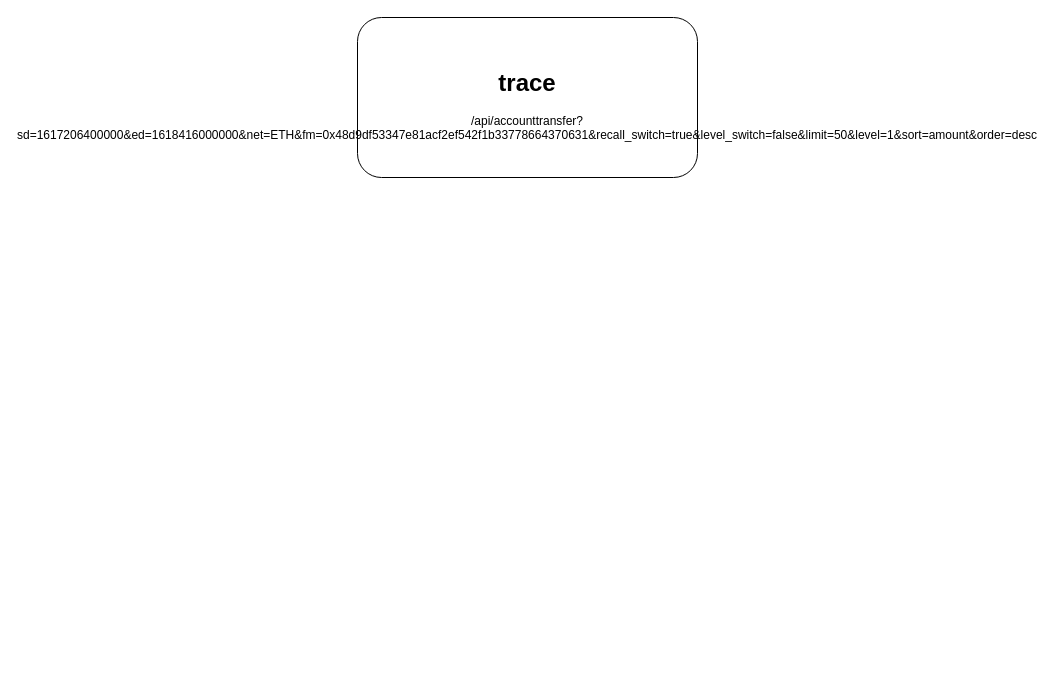
cxinping/bigdata keeps this draw.io diagram as bigdata-study/Untitled Diagram.drawio. Above is the earlier version. Source tidied: cells renumbered, new cells numbered last; positions are measured from the earlier drawing's top-left corner, leaving out a move shared by most shapes. Both pictures are drawn from the tidied source at 100%, with x=0, y=0 at pixel (357, 17).
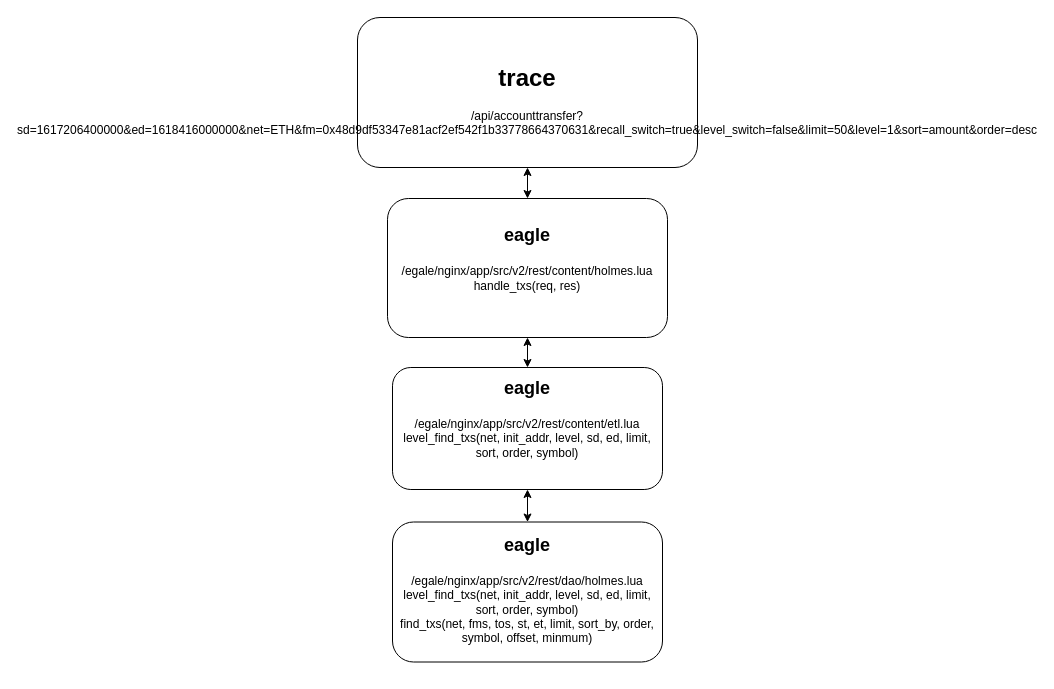
Above is the later version.

The edit, as a diff of the source:
```diff
@@
 <mxGraphModel>
   <root>
     <mxCell id="0" />
     <mxCell id="1" parent="0" />
     <mxCell id="2" value="&lt;h1&gt;&lt;font style=&quot;font-size: 24px&quot;&gt;&lt;b&gt;&lt;font style=&quot;font-size: 24px&quot;&gt;trace&lt;/font&gt;&lt;/b&gt;&lt;/font&gt;&lt;/h1&gt;/api/accounttransfer?sd=1617206400000&amp;amp;ed=1618416000000&amp;amp;net=ETH&amp;amp;fm=0x48d9df53347e81acf2ef542f1b33778664370631&amp;amp;recall_switch=true&amp;amp;level_switch=false&amp;amp;limit=50&amp;amp;level=1&amp;amp;sort=amount&amp;amp;order=desc" style="rounded=1;whiteSpace=wrap;html=1;" parent="1" vertex="1">
-      <mxGeometry width="340" height="160" as="geometry" />
+      <mxGeometry width="340" height="150" as="geometry" />
     </mxCell>
+    <mxCell id="3" value="&lt;h1&gt;&lt;font style=&quot;font-size: 18px&quot;&gt;eagle&lt;/font&gt;&lt;/h1&gt;&lt;p&gt;/egale/nginx/app/src/v2/rest/content/holmes.lua&lt;br&gt;handle_txs(req, res)&lt;br&gt;&lt;br&gt;&lt;br&gt;&lt;/p&gt;" style="rounded=1;whiteSpace=wrap;html=1;" parent="1" vertex="1">
+      <mxGeometry x="30" y="181" width="280" height="139" as="geometry" />
+    </mxCell>
+    <mxCell id="4" value="&lt;h1&gt;&lt;font style=&quot;font-size: 18px&quot;&gt;eagle&lt;/font&gt;&lt;/h1&gt;&lt;p&gt;/egale/nginx/app/src/v2/rest/content/etl.lua&lt;br&gt;level_find_txs(net, init_addr, level, sd, ed, limit, sort, order, symbol)&lt;br&gt;&lt;br&gt;&lt;br&gt;&lt;/p&gt;" style="rounded=1;whiteSpace=wrap;html=1;" parent="1" vertex="1">
+      <mxGeometry x="35" y="350" width="270" height="122" as="geometry" />
+    </mxCell>
+    <mxCell id="5" style="endArrow=classic;startArrow=classic;html=1;entryX=0.5;entryY=1;entryDx=0;entryDy=0;exitX=0.5;exitY=0;exitDx=0;exitDy=0;" parent="1" edge="1" source="3" target="2">
+      <mxGeometry relative="1" as="geometry" />
+    </mxCell>
+    <mxCell id="6" style="endArrow=classic;startArrow=classic;html=1;entryX=0.5;entryY=1;entryDx=0;entryDy=0;exitX=0.5;exitY=0;exitDx=0;exitDy=0;" parent="1" edge="1" source="4" target="3">
+      <mxGeometry relative="1" as="geometry" />
+    </mxCell>
+    <mxCell id="7" value="&lt;h1&gt;&lt;font style=&quot;font-size: 18px&quot;&gt;eagle&lt;/font&gt;&lt;/h1&gt;&lt;p&gt;/egale/nginx/app/src/v2/rest/dao/holmes.lua&lt;br&gt;level_find_txs(net, init_addr, level, sd, ed, limit, sort, order, symbol)&lt;br&gt;find_txs(net, fms, tos, st, et, limit, sort_by, order, symbol, offset, minmum)&lt;br&gt;&lt;br&gt;&lt;/p&gt;" style="rounded=1;whiteSpace=wrap;html=1;" parent="1" vertex="1">
+      <mxGeometry x="35" y="504.5" width="270" height="140" as="geometry" />
+    </mxCell>
+    <mxCell id="8" style="endArrow=classic;startArrow=classic;html=1;entryX=0.5;entryY=1;entryDx=0;entryDy=0;exitX=0.5;exitY=0;exitDx=0;exitDy=0;" parent="1" edge="1" source="7" target="4">
+      <mxGeometry relative="1" as="geometry" />
+    </mxCell>
   </root>
 </mxGraphModel>
```
